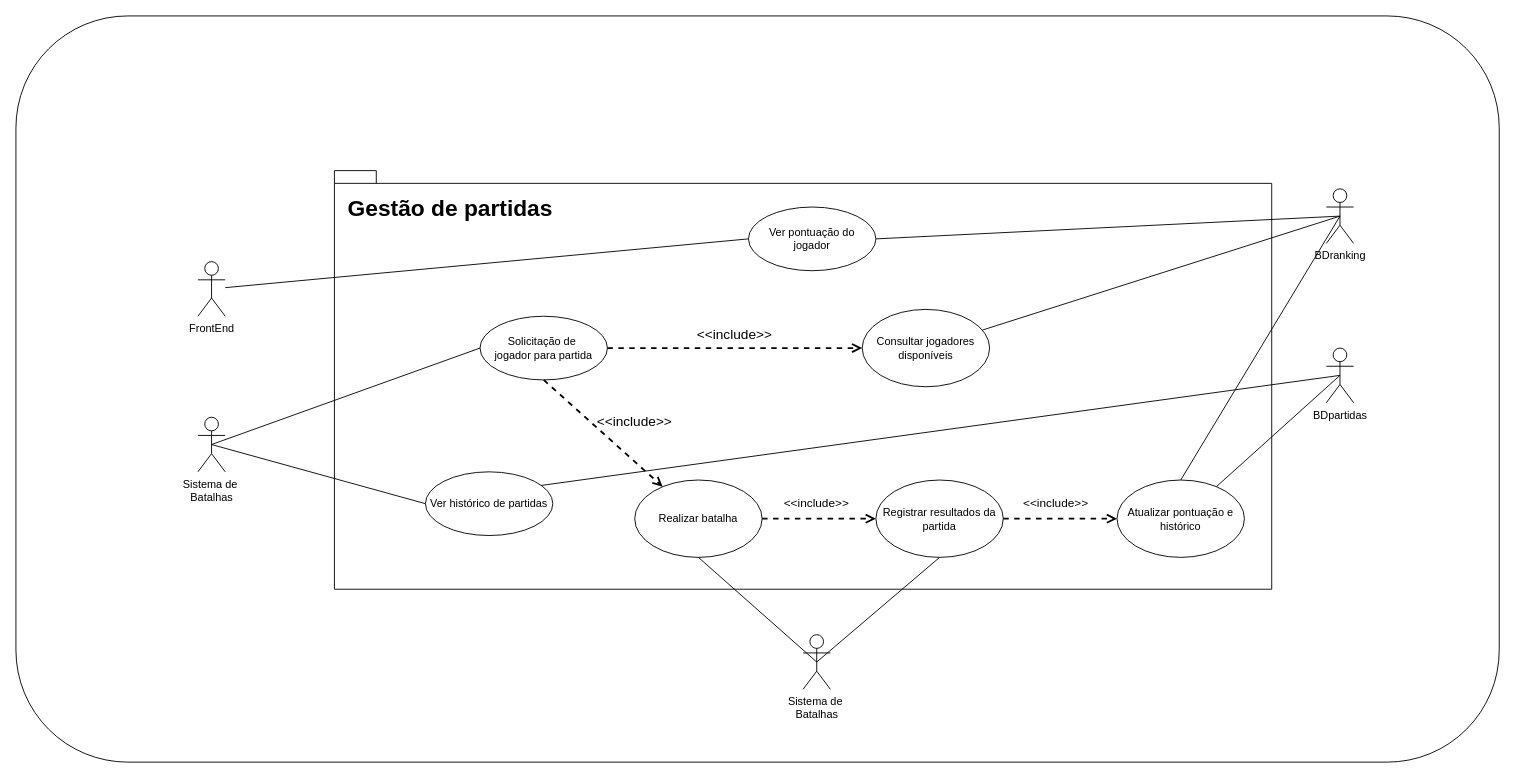
S03-2026-2/gerenciador-de-partidas keeps this draw.io diagram as page "Casos de Uso" (1 of 2) of docs/Entrega1/diagramas.drawio. Above is the earlier version. Source tidied: cells renumbered, new cells numbered last; positions are measured from the earlier drawing's top-left corner, leaving out a move shared by most shapes. Both pictures are drawn from the tidied source at 91%, with x=0, y=0 at pixel (15, 15).
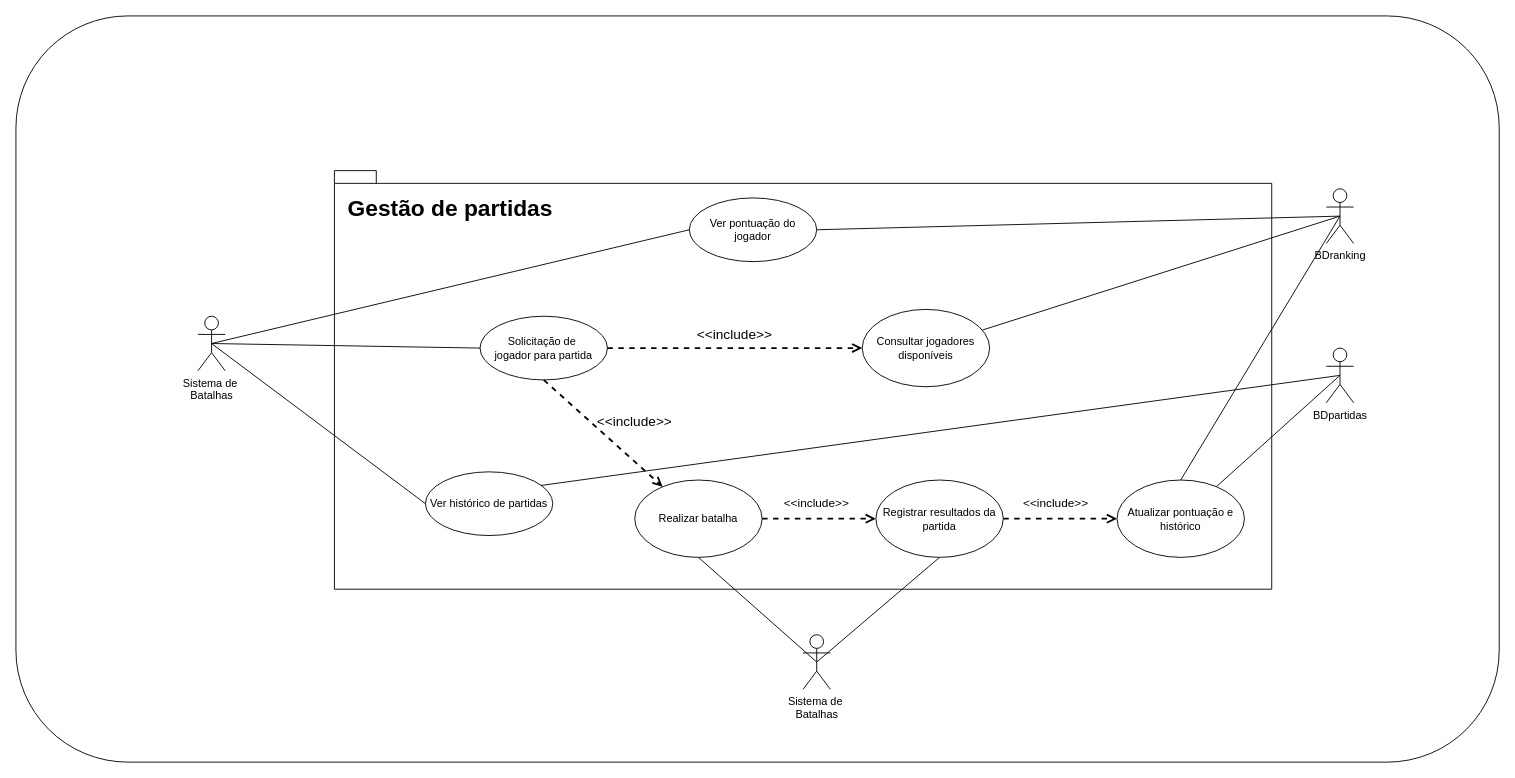
After the change.

Commit message:
docs: frontend não é um agente interno, e sim do Batalha.

Change to the diagram source:
```diff
@@
-    <mxCell id="2" style="rounded=1;whiteSpace=wrap;html=1;" parent="1" vertex="1">
+    <mxCell id="2" style="rounded=1;whiteSpace=wrap;html=1;fontStyle=1;" parent="1" vertex="1">
       <mxGeometry width="1630" height="820" as="geometry" />
     </mxCell>
@@
     <mxCell id="4" value="Ver pontuação do&lt;div&gt;jogador&lt;/div&gt;" style="ellipse;whiteSpace=wrap;html=1;" parent="1" vertex="1">
-      <mxGeometry x="805" y="210" width="140" height="70" as="geometry" />
+      <mxGeometry x="740" y="200" width="140" height="70" as="geometry" />
     </mxCell>
@@
     <mxCell id="6" value="Sistema de&amp;nbsp;&lt;div&gt;Batalhas&lt;/div&gt;" style="shape=umlActor;verticalLabelPosition=bottom;verticalAlign=top;html=1;" parent="1" vertex="1">
-      <mxGeometry x="200" y="441" width="30" height="60" as="geometry" />
+      <mxGeometry x="200" y="330" width="30" height="60" as="geometry" />
     </mxCell>
@@
-    <mxCell id="29" style="rounded=0;jettySize=auto;html=1;entryX=0;entryY=0.5;entryDx=0;entryDy=0;endArrow=none;endFill=0;" parent="1" edge="1" source="30" target="4">
+    <mxCell id="29" style="rounded=0;jettySize=auto;html=1;entryX=0;entryY=0.5;entryDx=0;entryDy=0;endArrow=none;endFill=0;exitX=0.5;exitY=0.5;exitDx=0;exitDy=0;exitPerimeter=0;" parent="1" edge="1" source="6" target="4">
       <mxGeometry relative="1" as="geometry" />
     </mxCell>
-    <mxCell id="30" value="FrontEnd" style="shape=umlActor;verticalLabelPosition=bottom;verticalAlign=top;html=1;" parent="1" vertex="1">
-      <mxGeometry x="200" y="270" width="30" height="60" as="geometry" />
-    </mxCell>
```
